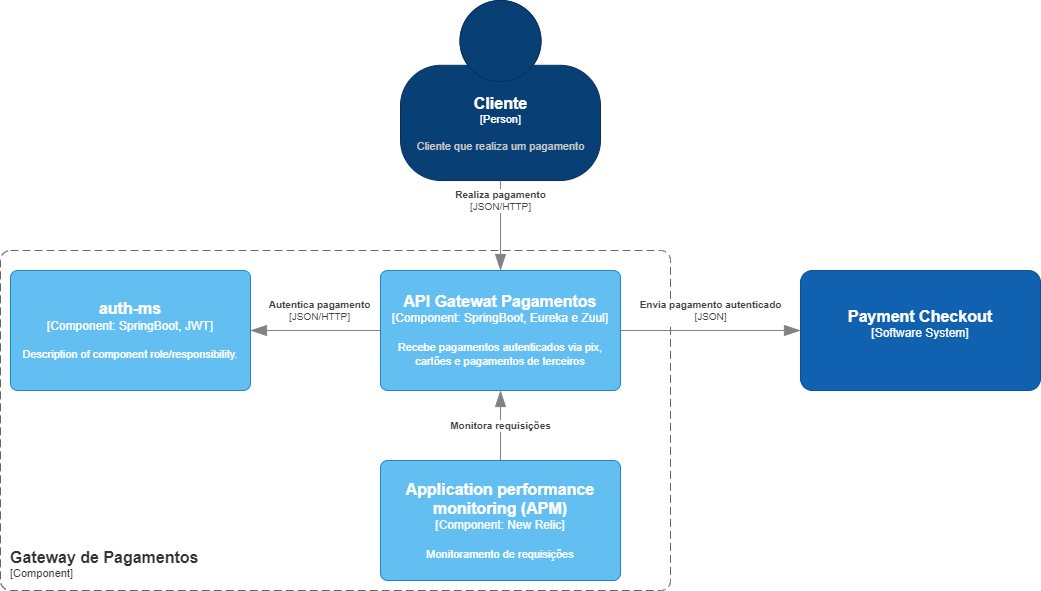
Earlier version of the draw.io export Container Gateway Pagamentos.drawio.png (felipesalvadordev/payment-system-architecture-C4). Source tidied: cells renumbered, new cells last; positions are measured from the earlier drawing's top-left corner, leaving out a move shared by most shapes.
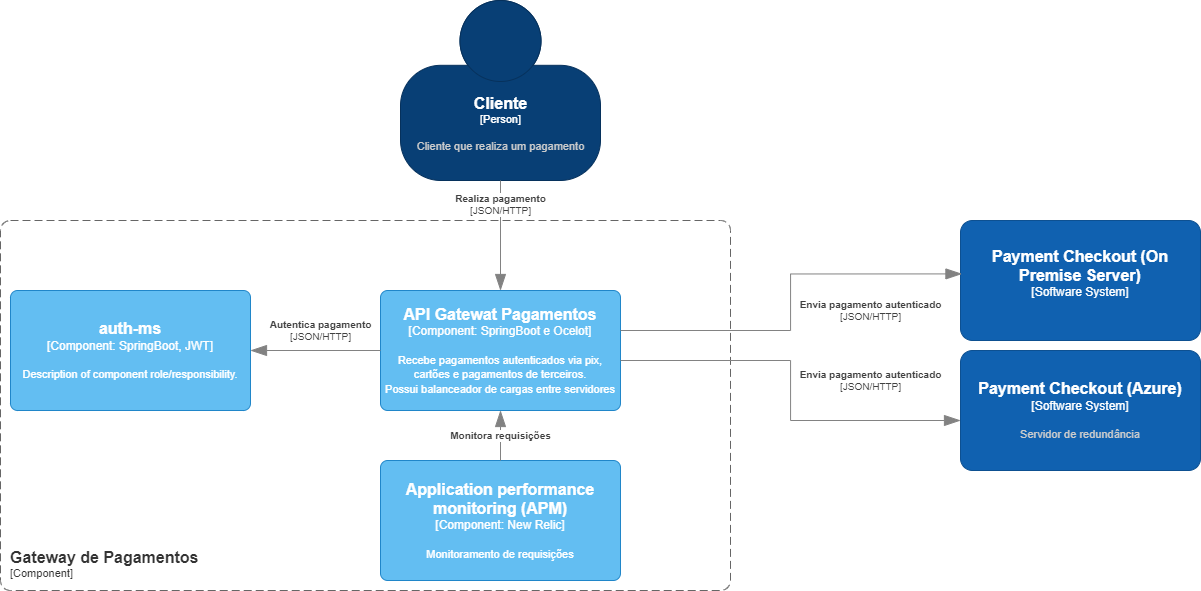
The same file after the commit.

The edit, as a diff of the source:
```diff
@@ -9,7 +9,7 @@
     </object>
     <object id="3" label="&lt;font style=&quot;font-size: 16px&quot;&gt;&lt;b&gt;&lt;div style=&quot;text-align: left&quot;&gt;%c4Name%&lt;/div&gt;&lt;/b&gt;&lt;/font&gt;&lt;div style=&quot;text-align: left&quot;&gt;[%c4Application%]&lt;/div&gt;" c4Application="Component" c4Name="Gateway de Pagamentos" c4Type="ContainerScopeBoundary" placeholders="1">
       <mxCell style="rounded=1;fontSize=11;whiteSpace=wrap;html=1;dashed=1;arcSize=20;fillColor=none;strokeColor=#666666;fontColor=#333333;labelBackgroundColor=none;align=left;verticalAlign=bottom;labelBorderColor=none;spacingTop=0;spacing=10;dashPattern=8 4;perimeter=rectanglePerimeter;noLabel=0;labelPadding=0;absoluteArcSize=1;" parent="1" vertex="1">
-        <mxGeometry y="250" width="670" height="340" as="geometry" />
+        <mxGeometry y="220" width="730" height="370" as="geometry" />
       </mxCell>
     </object>
     <object id="4" label="&lt;div style=&quot;text-align: left&quot;&gt;&lt;div style=&quot;text-align: center&quot;&gt;&lt;b&gt;%c4Description%&lt;/b&gt;&lt;/div&gt;&lt;div style=&quot;text-align: center&quot;&gt;[%c4Technology%]&lt;/div&gt;&lt;/div&gt;" c4Description="Realiza pagamento" c4Technology="JSON/HTTP" c4Type="Relationship" placeholders="1">
@@ -17,16 +17,9 @@
         <mxGeometry x="-0.56" relative="1" as="geometry" />
       </mxCell>
     </object>
-    <object id="5" label="&lt;div style=&quot;text-align: left&quot;&gt;&lt;div style=&quot;text-align: center&quot;&gt;&lt;b&gt;%c4Description%&lt;/b&gt;&lt;/div&gt;&lt;div style=&quot;text-align: center&quot;&gt;[%c4Technology%]&lt;/div&gt;&lt;/div&gt;" c4Description="Envia pagamento autenticado" c4Technology="JSON" c4Type="Relationship" placeholders="1">
-      <mxCell style="endArrow=blockThin;html=1;fontSize=10;fontColor=#404040;strokeWidth=1;endFill=1;strokeColor=#828282;elbow=vertical;endSize=14;startSize=14;jumpStyle=arc;jumpSize=16;rounded=0;edgeStyle=orthogonalEdgeStyle;exitX=1;exitY=0.5;exitDx=0;exitDy=0;exitPerimeter=0;entryX=0;entryY=0.5;entryDx=0;entryDy=0;entryPerimeter=0;" parent="1" edge="1" target="6">
-        <mxGeometry y="20" relative="1" as="geometry">
-          <mxPoint x="620" y="330" as="sourcePoint" />
-        </mxGeometry>
-      </mxCell>
-    </object>
-    <object id="6" label="&lt;font style=&quot;font-size: 16px&quot;&gt;&lt;b&gt;%c4Name%&lt;/b&gt;&lt;/font&gt;&lt;div&gt;[%c4Type%]&lt;/div&gt;&lt;br&gt;&lt;div&gt;&lt;font style=&quot;font-size: 11px&quot;&gt;&lt;font color=&quot;#cccccc&quot;&gt;%c4Description%&lt;/font&gt;&lt;/div&gt;" c4Description="" c4Name="Payment Checkout" c4Type="Software System" placeholders="1">
+    <object id="6" label="&lt;font style=&quot;font-size: 16px&quot;&gt;&lt;b&gt;%c4Name%&lt;/b&gt;&lt;/font&gt;&lt;div&gt;[%c4Type%]&lt;/div&gt;&lt;br&gt;&lt;div&gt;&lt;font style=&quot;font-size: 11px&quot;&gt;&lt;font color=&quot;#cccccc&quot;&gt;%c4Description%&lt;/font&gt;&lt;/div&gt;" c4Description="" c4Name="Payment Checkout (On Premise Server)" c4Type="Software System" placeholders="1">
       <mxCell style="rounded=1;whiteSpace=wrap;html=1;labelBackgroundColor=none;fillColor=#1061B0;fontColor=#ffffff;align=center;arcSize=10;strokeColor=#0D5091;points=[[0.25,0,0],[0.5,0,0],[0.75,0,0],[1,0.25,0],[1,0.5,0],[1,0.75,0],[0.75,1,0],[0.5,1,0],[0.25,1,0],[0,0.75,0],[0,0.5,0],[0,0.25,0]];" parent="1" vertex="1">
-        <mxGeometry x="800" y="270" width="240" height="120" as="geometry" />
+        <mxGeometry x="960" y="220" width="240" height="120" as="geometry" />
       </mxCell>
     </object>
     <object id="7" label="&lt;font style=&quot;font-size: 16px&quot;&gt;&lt;b&gt;%c4Name%&lt;/b&gt;&lt;/font&gt;&lt;div&gt;[%c4Type%: %c4Technology%]&lt;/div&gt;&lt;br&gt;&lt;div&gt;&lt;font style=&quot;font-size: 11px&quot;&gt;%c4Description%&lt;/font&gt;&lt;/div&gt;" c4Description="Monitoramento de requisições" c4Name="Application performance monitoring (APM)" c4Technology="New Relic" c4Type="Component" placeholders="1">
@@ -39,14 +32,14 @@
         <mxGeometry relative="1" as="geometry" />
       </mxCell>
     </object>
-    <object id="9" label="&lt;font style=&quot;font-size: 16px&quot;&gt;&lt;b&gt;%c4Name%&lt;/b&gt;&lt;/font&gt;&lt;div&gt;[%c4Type%: %c4Technology%]&lt;/div&gt;&lt;br&gt;&lt;div&gt;&lt;font style=&quot;font-size: 11px&quot;&gt;%c4Description%&lt;/font&gt;&lt;/div&gt;" c4Description="Recebe pagamentos autenticados via pix, cartões e pagamentos de terceiros " c4Name="API Gatewat Pagamentos" c4Technology="SpringBoot, Eureka e Zuul" c4Type="Component" placeholders="1">
+    <object id="9" label="&lt;font style=&quot;font-size: 16px&quot;&gt;&lt;b&gt;%c4Name%&lt;/b&gt;&lt;/font&gt;&lt;div&gt;[%c4Type%: %c4Technology%]&lt;/div&gt;&lt;br&gt;&lt;div&gt;&lt;font style=&quot;font-size: 11px&quot;&gt;%c4Description%&lt;/font&gt;&lt;/div&gt;" c4Description="Recebe pagamentos autenticados via pix, cartões e pagamentos de terceiros.&#10;Possui balanceador de cargas entre servidores" c4Name="API Gatewat Pagamentos" c4Technology="SpringBoot e Ocelot" c4Type="Component" placeholders="1">
       <mxCell style="rounded=1;whiteSpace=wrap;html=1;labelBackgroundColor=none;fillColor=#63BEF2;fontColor=#ffffff;align=center;arcSize=6;strokeColor=#2086C9;points=[[0.25,0,0],[0.5,0,0],[0.75,0,0],[1,0.25,0],[1,0.5,0],[1,0.75,0],[0.75,1,0],[0.5,1,0],[0.25,1,0],[0,0.75,0],[0,0.5,0],[0,0.25,0]];" parent="1" vertex="1">
-        <mxGeometry x="380" y="270" width="240" height="120" as="geometry" />
+        <mxGeometry x="380" y="290" width="240" height="120" as="geometry" />
       </mxCell>
     </object>
     <object id="10" label="&lt;font style=&quot;font-size: 16px&quot;&gt;&lt;b&gt;%c4Name%&lt;/b&gt;&lt;/font&gt;&lt;div&gt;[%c4Type%: %c4Technology%]&lt;/div&gt;&lt;br&gt;&lt;div&gt;&lt;font style=&quot;font-size: 11px&quot;&gt;%c4Description%&lt;/font&gt;&lt;/div&gt;" c4Description="Description of component role/responsibility." c4Name="auth-ms" c4Technology="SpringBoot, JWT" c4Type="Component" placeholders="1">
       <mxCell style="rounded=1;whiteSpace=wrap;html=1;labelBackgroundColor=none;fillColor=#63BEF2;fontColor=#ffffff;align=center;arcSize=6;strokeColor=#2086C9;points=[[0.25,0,0],[0.5,0,0],[0.75,0,0],[1,0.25,0],[1,0.5,0],[1,0.75,0],[0.75,1,0],[0.5,1,0],[0.25,1,0],[0,0.75,0],[0,0.5,0],[0,0.25,0]];" parent="1" vertex="1">
-        <mxGeometry x="10" y="270" width="240" height="120" as="geometry" />
+        <mxGeometry x="10" y="290" width="240" height="120" as="geometry" />
       </mxCell>
     </object>
     <object id="11" label="&lt;div style=&quot;text-align: left&quot;&gt;&lt;div style=&quot;text-align: center&quot;&gt;&lt;b&gt;%c4Description%&lt;/b&gt;&lt;/div&gt;&lt;div style=&quot;text-align: center&quot;&gt;[%c4Technology%]&lt;/div&gt;&lt;/div&gt;" c4Description="Autentica pagamento" c4Technology="JSON/HTTP" c4Type="Relationship" placeholders="1">
@@ -54,5 +47,31 @@
         <mxGeometry x="-0.07" y="-20" relative="1" as="geometry" />
       </mxCell>
     </object>
+    <object id="12" label="&lt;font style=&quot;font-size: 16px&quot;&gt;&lt;b&gt;%c4Name%&lt;/b&gt;&lt;/font&gt;&lt;div&gt;[%c4Type%]&lt;/div&gt;&lt;br&gt;&lt;div&gt;&lt;font style=&quot;font-size: 11px&quot;&gt;&lt;font color=&quot;#cccccc&quot;&gt;%c4Description%&lt;/font&gt;&lt;/div&gt;" c4Description="Servidor de redundância" c4Name="Payment Checkout (Azure)" c4Type="Software System" placeholders="1">
+      <mxCell style="rounded=1;whiteSpace=wrap;html=1;labelBackgroundColor=none;fillColor=#1061B0;fontColor=#ffffff;align=center;arcSize=10;strokeColor=#0D5091;points=[[0.25,0,0],[0.5,0,0],[0.75,0,0],[1,0.25,0],[1,0.5,0],[1,0.75,0],[0.75,1,0],[0.5,1,0],[0.25,1,0],[0,0.75,0],[0,0.5,0],[0,0.25,0]];" parent="1" vertex="1">
+        <mxGeometry x="960" y="350" width="240" height="120" as="geometry" />
+      </mxCell>
+    </object>
+    <object id="13" label="&lt;div style=&quot;text-align: left&quot;&gt;&lt;div style=&quot;text-align: center&quot;&gt;&lt;b&gt;%c4Description%&lt;/b&gt;&lt;/div&gt;&lt;div style=&quot;text-align: center&quot;&gt;[%c4Technology%]&lt;/div&gt;&lt;/div&gt;" c4Description="Envia pagamento autenticado" c4Technology="JSON/HTTP" c4Type="Relationship" placeholders="1">
+      <mxCell style="endArrow=blockThin;html=1;fontSize=10;fontColor=#404040;strokeWidth=1;endFill=1;strokeColor=#828282;elbow=vertical;endSize=14;startSize=14;jumpStyle=arc;jumpSize=16;rounded=0;edgeStyle=orthogonalEdgeStyle;" parent="1" edge="1" source="9" target="12">
+        <mxGeometry x="0.55" y="40" relative="1" as="geometry">
+          <Array as="points">
+            <mxPoint x="790" y="360" />
+            <mxPoint x="790" y="420" />
+          </Array>
+          <mxPoint x="-1" as="offset" />
+        </mxGeometry>
+      </mxCell>
+    </object>
+    <object id="14" label="&lt;div style=&quot;text-align: left&quot;&gt;&lt;div style=&quot;text-align: center&quot;&gt;&lt;b&gt;%c4Description%&lt;/b&gt;&lt;/div&gt;&lt;div style=&quot;text-align: center&quot;&gt;[%c4Technology%]&lt;/div&gt;&lt;/div&gt;" c4Description="Envia pagamento autenticado" c4Technology="JSON/HTTP" c4Type="Relationship" placeholders="1">
+      <mxCell style="endArrow=blockThin;html=1;fontSize=10;fontColor=#404040;strokeWidth=1;endFill=1;strokeColor=#828282;elbow=vertical;endSize=14;startSize=14;jumpStyle=arc;jumpSize=16;rounded=0;edgeStyle=orthogonalEdgeStyle;entryX=0.006;entryY=0.445;entryDx=0;entryDy=0;entryPerimeter=0;" parent="1" edge="1" source="9" target="6">
+        <mxGeometry x="0.54" y="-37" relative="1" as="geometry">
+          <Array as="points">
+            <mxPoint x="790" y="330" />
+            <mxPoint x="790" y="273" />
+          </Array>
+        </mxGeometry>
+      </mxCell>
+    </object>
   </root>
 </mxGraphModel>
```
